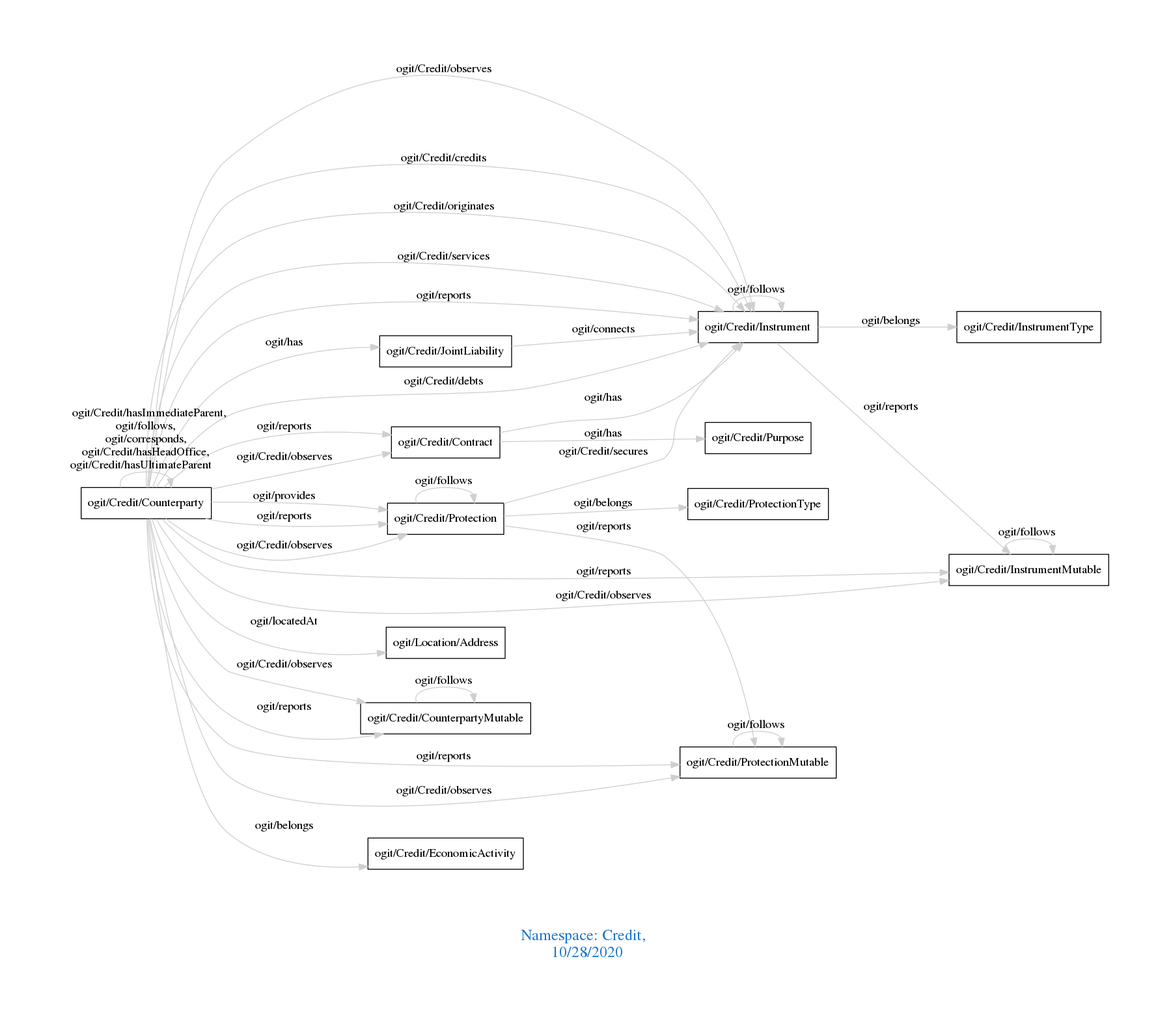
Above: downloads/Credit.png in arago/OGIT (Graphviz), before the change. Its source is kept beside it as downloads/Credit.dot.
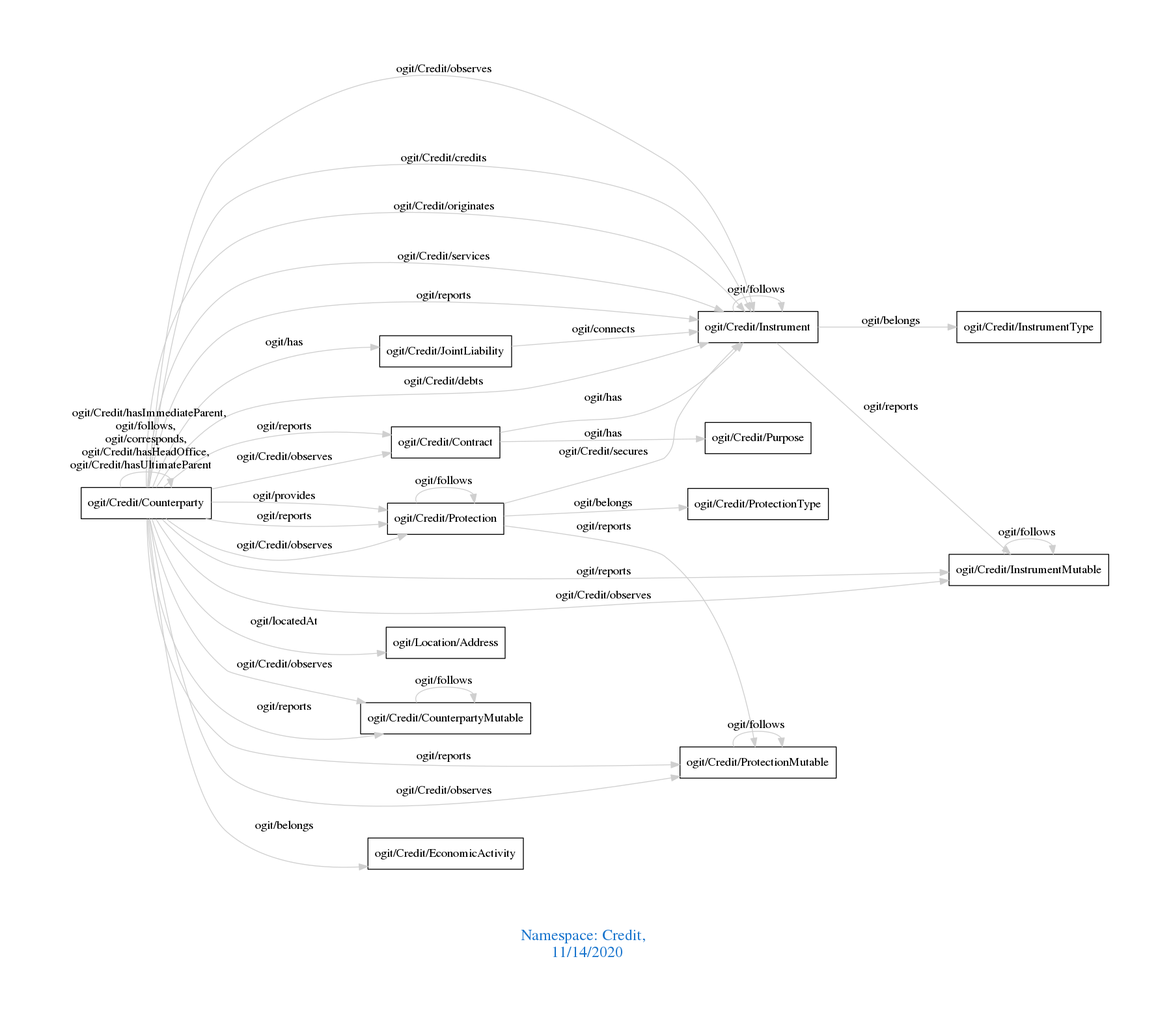
The same file after the commit.

The edit, as a diff of the source:
```diff
@@ -1,7 +1,7 @@
 digraph OGIT_ontology {
  graph [ rankdir= LR,pad=1
 fontsize = 18,
-fontcolor= dodgerblue3,label = "\n\n\nNamespace: Credit, \n 10/28/2020"];
+fontcolor= dodgerblue3,label = "\n\n\nNamespace: Credit, \n 11/14/2020"];
 node[shape=polygon];
 edge [  color="gray81"];
 
```
